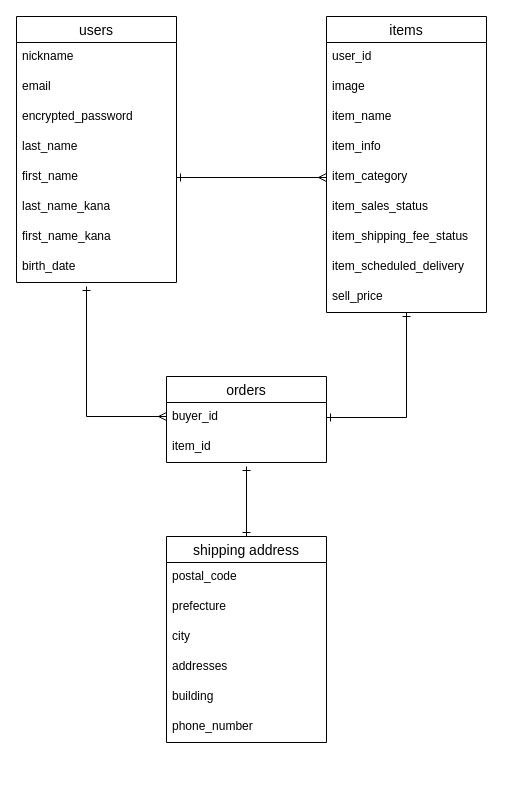
This is furima-41538.dio from hirariin/furima-41538, a draw.io file, before an edit. Source tidied: cells renumbered, new cells numbered last; positions are measured from the earlier drawing's top-left corner, leaving out a move shared by most shapes. Both pictures are drawn from the tidied source at 100%, with x=0, y=0 at pixel (16, 16).
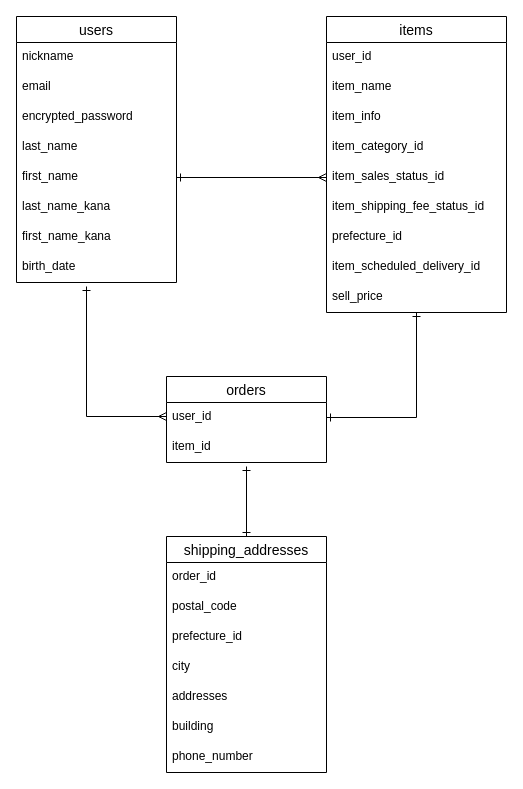
The same page after the edit.

Commit message (it also covers changes not shown here):
ER図、READMEの修正

Unchanged cells that the change refers to:
```xml
<mxCell id="7" value="first_name" style="text;strokeColor=none;fillColor=none;spacingLeft=4;spacingRight=4;overflow=hidden;points=[[0,0.5],[1,0.5]];portConstraint=eastwest;fontSize=12;" parent="2" vertex="1">
  <mxGeometry y="146" width="160" height="30" as="geometry" />
</mxCell>
<mxCell id="21" value="orders" style="swimlane;fontStyle=0;horizontal=1;startSize=26;align=center;fontSize=14;" parent="1" vertex="1">
  <mxGeometry x="150" y="360" width="160" height="86" as="geometry" />
</mxCell>
```

Change to the diagram source:
```diff
@@
     <mxCell id="11" value="items" style="swimlane;fontStyle=0;horizontal=1;startSize=26;align=center;fontSize=14;" parent="1" vertex="1">
-      <mxGeometry x="310" width="160" height="296" as="geometry" />
+      <mxGeometry x="310" width="180" height="296" as="geometry" />
     </mxCell>
     <mxCell id="12" value="user_id" style="text;strokeColor=none;fillColor=none;spacingLeft=4;spacingRight=4;overflow=hidden;fontSize=12;" parent="11" vertex="1">
-      <mxGeometry y="26" width="160" height="30" as="geometry" />
+      <mxGeometry y="26" width="180" height="30" as="geometry" />
     </mxCell>
-    <mxCell id="13" value="image" style="text;strokeColor=none;fillColor=none;spacingLeft=4;spacingRight=4;overflow=hidden;fontSize=12;" parent="11" vertex="1">
-      <mxGeometry y="56" width="160" height="30" as="geometry" />
-    </mxCell>
     <mxCell id="14" value="item_name" style="text;strokeColor=none;fillColor=none;spacingLeft=4;spacingRight=4;overflow=hidden;fontSize=12;" parent="11" vertex="1">
-      <mxGeometry y="86" width="160" height="30" as="geometry" />
+      <mxGeometry y="56" width="180" height="30" as="geometry" />
     </mxCell>
     <mxCell id="15" value="item_info" style="text;strokeColor=none;fillColor=none;spacingLeft=4;spacingRight=4;overflow=hidden;fontSize=12;" parent="11" vertex="1">
-      <mxGeometry y="116" width="160" height="30" as="geometry" />
+      <mxGeometry y="86" width="180" height="30" as="geometry" />
     </mxCell>
-    <mxCell id="16" value="item_category" style="text;strokeColor=none;fillColor=none;spacingLeft=4;spacingRight=4;overflow=hidden;points=[[0,0.5],[1,0.5]];portConstraint=eastwest;fontSize=12;" parent="11" vertex="1">
-      <mxGeometry y="146" width="160" height="30" as="geometry" />
+    <mxCell id="16" value="item_category_id" style="text;strokeColor=none;fillColor=none;spacingLeft=4;spacingRight=4;overflow=hidden;points=[[0,0.5],[1,0.5]];portConstraint=eastwest;fontSize=12;" parent="11" vertex="1">
+      <mxGeometry y="116" width="180" height="30" as="geometry" />
     </mxCell>
-    <mxCell id="17" value="item_sales_status" style="text;strokeColor=none;fillColor=none;spacingLeft=4;spacingRight=4;overflow=hidden;points=[[0,0.5],[1,0.5]];portConstraint=eastwest;fontSize=12;" parent="11" vertex="1">
-      <mxGeometry y="176" width="160" height="30" as="geometry" />
+    <mxCell id="17" value="item_sales_status_id" style="text;strokeColor=none;fillColor=none;spacingLeft=4;spacingRight=4;overflow=hidden;points=[[0,0.5],[1,0.5]];portConstraint=eastwest;fontSize=12;" parent="11" vertex="1">
+      <mxGeometry y="146" width="180" height="30" as="geometry" />
     </mxCell>
-    <mxCell id="18" value="item_shipping_fee_status" style="text;strokeColor=none;fillColor=none;spacingLeft=4;spacingRight=4;overflow=hidden;fontSize=12;" parent="11" vertex="1">
-      <mxGeometry y="206" width="160" height="30" as="geometry" />
+    <mxCell id="18" value="item_shipping_fee_status_id" style="text;strokeColor=none;fillColor=none;spacingLeft=4;spacingRight=4;overflow=hidden;fontSize=12;" parent="11" vertex="1">
+      <mxGeometry y="176" width="180" height="30" as="geometry" />
     </mxCell>
+    <mxCell id="35" value="prefecture_id" style="text;strokeColor=none;fillColor=none;spacingLeft=4;spacingRight=4;overflow=hidden;fontSize=12;" parent="11" vertex="1">
+      <mxGeometry y="206" width="180" height="30" as="geometry" />
+    </mxCell>
-    <mxCell id="19" value="item_scheduled_delivery" style="text;strokeColor=none;fillColor=none;spacingLeft=4;spacingRight=4;overflow=hidden;fontSize=12;" parent="11" vertex="1">
-      <mxGeometry y="236" width="160" height="30" as="geometry" />
+    <mxCell id="19" value="item_scheduled_delivery_id" style="text;strokeColor=none;fillColor=none;spacingLeft=4;spacingRight=4;overflow=hidden;fontSize=12;" parent="11" vertex="1">
+      <mxGeometry y="236" width="180" height="30" as="geometry" />
     </mxCell>
     <mxCell id="20" value="sell_price" style="text;strokeColor=none;fillColor=none;spacingLeft=4;spacingRight=4;overflow=hidden;points=[[0,0.5],[1,0.5]];portConstraint=eastwest;fontSize=12;" parent="11" vertex="1">
-      <mxGeometry y="266" width="160" height="30" as="geometry" />
+      <mxGeometry y="266" width="180" height="30" as="geometry" />
     </mxCell>
@@
-    <mxCell id="22" value="buyer_id" style="text;strokeColor=none;fillColor=none;spacingLeft=4;spacingRight=4;overflow=hidden;points=[[0,0.5],[1,0.5]];portConstraint=eastwest;fontSize=12;" parent="21" vertex="1">
+    <mxCell id="22" value="user_id" style="text;strokeColor=none;fillColor=none;spacingLeft=4;spacingRight=4;overflow=hidden;points=[[0,0.5],[1,0.5]];portConstraint=eastwest;fontSize=12;" parent="21" vertex="1">
       <mxGeometry y="26" width="160" height="30" as="geometry" />
     </mxCell>
@@
-    <mxCell id="24" value="shipping address" style="swimlane;fontStyle=0;horizontal=1;startSize=26;align=center;fontSize=14;" parent="1" vertex="1">
-      <mxGeometry x="150" y="520" width="160" height="206" as="geometry" />
+    <mxCell id="24" value="shipping_addresses" style="swimlane;fontStyle=0;horizontal=1;startSize=26;align=center;fontSize=14;" parent="1" vertex="1">
+      <mxGeometry x="150" y="520" width="160" height="236" as="geometry" />
     </mxCell>
+    <mxCell id="36" value="order_id" style="text;strokeColor=none;fillColor=none;spacingLeft=4;spacingRight=4;overflow=hidden;fontSize=12;" parent="24" vertex="1">
+      <mxGeometry y="26" width="160" height="30" as="geometry" />
+    </mxCell>
     <mxCell id="25" value="postal_code" style="text;strokeColor=none;fillColor=none;spacingLeft=4;spacingRight=4;overflow=hidden;fontSize=12;" parent="24" vertex="1">
-      <mxGeometry y="26" width="160" height="30" as="geometry" />
+      <mxGeometry y="56" width="160" height="30" as="geometry" />
     </mxCell>
-    <mxCell id="26" value="prefecture" style="text;strokeColor=none;fillColor=none;spacingLeft=4;spacingRight=4;overflow=hidden;fontSize=12;" parent="24" vertex="1">
-      <mxGeometry y="56" width="160" height="30" as="geometry" />
+    <mxCell id="26" value="prefecture_id" style="text;strokeColor=none;fillColor=none;spacingLeft=4;spacingRight=4;overflow=hidden;fontSize=12;" parent="24" vertex="1">
+      <mxGeometry y="86" width="160" height="30" as="geometry" />
     </mxCell>
     <mxCell id="27" value="city" style="text;strokeColor=none;fillColor=none;spacingLeft=4;spacingRight=4;overflow=hidden;fontSize=12;" parent="24" vertex="1">
-      <mxGeometry y="86" width="160" height="30" as="geometry" />
+      <mxGeometry y="116" width="160" height="30" as="geometry" />
     </mxCell>
     <mxCell id="28" value="addresses" style="text;strokeColor=none;fillColor=none;spacingLeft=4;spacingRight=4;overflow=hidden;fontSize=12;" parent="24" vertex="1">
-      <mxGeometry y="116" width="160" height="30" as="geometry" />
+      <mxGeometry y="146" width="160" height="30" as="geometry" />
     </mxCell>
     <mxCell id="29" value="building" style="text;strokeColor=none;fillColor=none;spacingLeft=4;spacingRight=4;overflow=hidden;fontSize=12;" parent="24" vertex="1">
-      <mxGeometry y="146" width="160" height="30" as="geometry" />
+      <mxGeometry y="176" width="160" height="30" as="geometry" />
     </mxCell>
     <mxCell id="30" value="phone_number" style="text;strokeColor=none;fillColor=none;spacingLeft=4;spacingRight=4;overflow=hidden;fontSize=12;" parent="24" vertex="1">
-      <mxGeometry y="176" width="160" height="30" as="geometry" />
+      <mxGeometry y="206" width="160" height="30" as="geometry" />
     </mxCell>
-    <mxCell id="31" style="edgeStyle=none;html=1;exitX=1;exitY=0.5;exitDx=0;exitDy=0;entryX=0;entryY=0.5;entryDx=0;entryDy=0;endArrow=ERmany;endFill=0;startArrow=ERone;startFill=0;" parent="1" edge="1" source="7" target="16">
+    <mxCell id="31" style="edgeStyle=none;html=1;exitX=1;exitY=0.5;exitDx=0;exitDy=0;entryX=0;entryY=0.5;entryDx=0;entryDy=0;endArrow=ERmany;endFill=0;startArrow=ERone;startFill=0;" parent="1" edge="1" source="7" target="17">
       <mxGeometry relative="1" as="geometry" />
     </mxCell>
     <mxCell id="32" style="edgeStyle=none;html=1;exitX=1;exitY=0.5;exitDx=0;exitDy=0;startArrow=ERone;startFill=0;endArrow=ERone;endFill=0;rounded=0;" parent="1" edge="1" source="22" target="20">
       <mxGeometry relative="1" as="geometry">
         <Array as="points">
-          <mxPoint x="390" y="401" />
+          <mxPoint x="400" y="401" />
         </Array>
       </mxGeometry>
     </mxCell>
```
